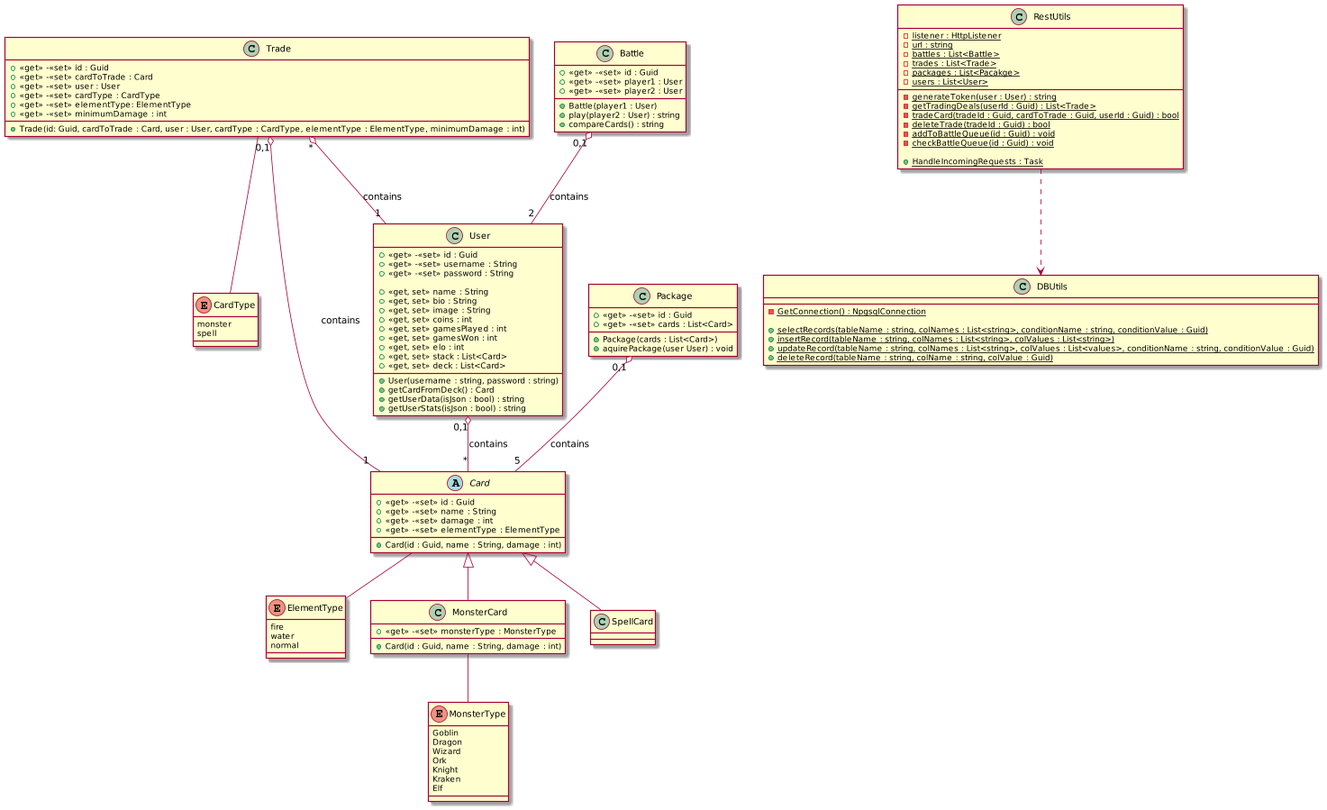
This is documentation/class_diagram.png from BernhardJakobMatthiasWeidinger/MonsterTradingCardsGame, a PlantUML export, as it was before one commit. The source it was exported from:
```plantuml
@startuml
scale 1800*900
enum CardType {
    monster
    spell
}

enum ElementType {
    fire
    water
    normal
}

enum MonsterType {
    Goblin
    Dragon
    Wizard
    Ork
    Knight
    Kraken
    Elf
}

abstract class Card {
    +<<get>> -<<set>> id : Guid
    +<<get>> -<<set>> name : String
    +<<get>> -<<set>> damage : int
    +<<get>> -<<set>> elementType : ElementType

    +{method} Card(id : Guid, name : String, damage : int)
}

class MonsterCard{
    +<<get>> -<<set>> monsterType : MonsterType

    +{method} Card(id : Guid, name : String, damage : int)
}

class SpellCard {}

class Package {
    +<<get>> -<<set>> id : Guid
    +<<get>> -<<set>> cards : List<Card>

    +{method} Package(cards : List<Card>)
    +{method} aquirePackage(user User) : void
}

class User {
    +<<get>> -<<set>> id : Guid
    +<<get>> -<<set>> username : String
    +<<get>> -<<set>> password : String

    +{field} <<get, set>> name : String
    +{field} <<get, set>> bio : String
    +{field} <<get, set>> image : String
    +{field} <<get, set>> coins : int
    +{field} <<get, set>> gamesPlayed : int
    +{field} <<get, set>> gamesWon : int
    +{field} <<get, set>> elo : int
    +{field} <<get, set>> stack : List<Card>
    +{field} <<get, set>> deck : List<Card>

    +{method} User(username : string, password : string)
    +{method} getCardFromDeck() : Card
    +{method} getUserData(isJson : bool) : string
    +{method} getUserStats(isJson : bool) : string

}

class Trade {
    +<<get>> -<<set>> id : Guid
    +<<get>> -<<set>> cardToTrade : Card
    +<<get>> -<<set>> user : User
    +<<get>> -<<set>> cardType : CardType
    +<<get>> -<<set>> elementType: ElementType
    +<<get>> -<<set>> minimumDamage : int

    +{method} Trade(id: Guid, cardToTrade : Card, user : User, cardType : CardType, elementType : ElementType, minimumDamage : int)
}

class Battle {
    +<<get>> -<<set>> id : Guid
    +<<get>> -<<set>> player1 : User
    +<<get>> -<<set>> player2 : User

    +{method} Battle(player1 : User)
    +{method} play(player2 : User) : string
    +{method} compareCards() : string
}

class DBUtils {
    -{method} {static} GetConnection() : NpgsqlConnection

    +{method} {static} selectRecords(tableName : string, colNames : List<string>, conditionName : string, conditionValue : Guid)
    +{method} {static} insertRecord(tableName : string, colNames : List<string>, colValues : List<string>)
    +{method} {static} updateRecord(tableName : string, colNames : List<string>, colValues : List<values>, conditionName : string, conditionValue : Guid)
    +{method} {static} deleteRecord(tableName : string, colName : string, colValue : Guid)
}

class RestUtils {
    -{field} {static} listener : HttpListener
    -{field} {static} url : string
    -{field} {static} battles : List<Battle>
    -{field} {static} trades : List<Trade>
    -{field} {static} packages : List<Pacakge>
    -{field} {static} users : List<User>

    -{method} {static} generateToken(user : User) : string
    -{method} {static} getTradingDeals(userId : Guid) : List<Trade>
    -{method} {static} tradeCard(tradeId : Guid, cardToTrade : Guid, userId : Guid) : bool
    -{method} {static} deleteTrade(tradeId : Guid) : bool
    -{method} {static} addToBattleQueue(id : Guid) : void
    -{method} {static} checkBattleQueue(id : Guid) : void

    +{method} {static} HandleIncomingRequests : Task
}

Card<|--MonsterCard
Card<|--SpellCard

Card -- ElementType
MonsterCard -- MonsterType
Trade -- CardType

Package "0,1" o-- "5" Card: contains
User "0,1" o-- "*" Card: contains

Trade "0,1" o-- "1" Card: contains
Trade "*" o-- "1" User: contains

Battle "0,1" o-- "2" User: contains

RestUtils ..> DBUtils
@enduml
```
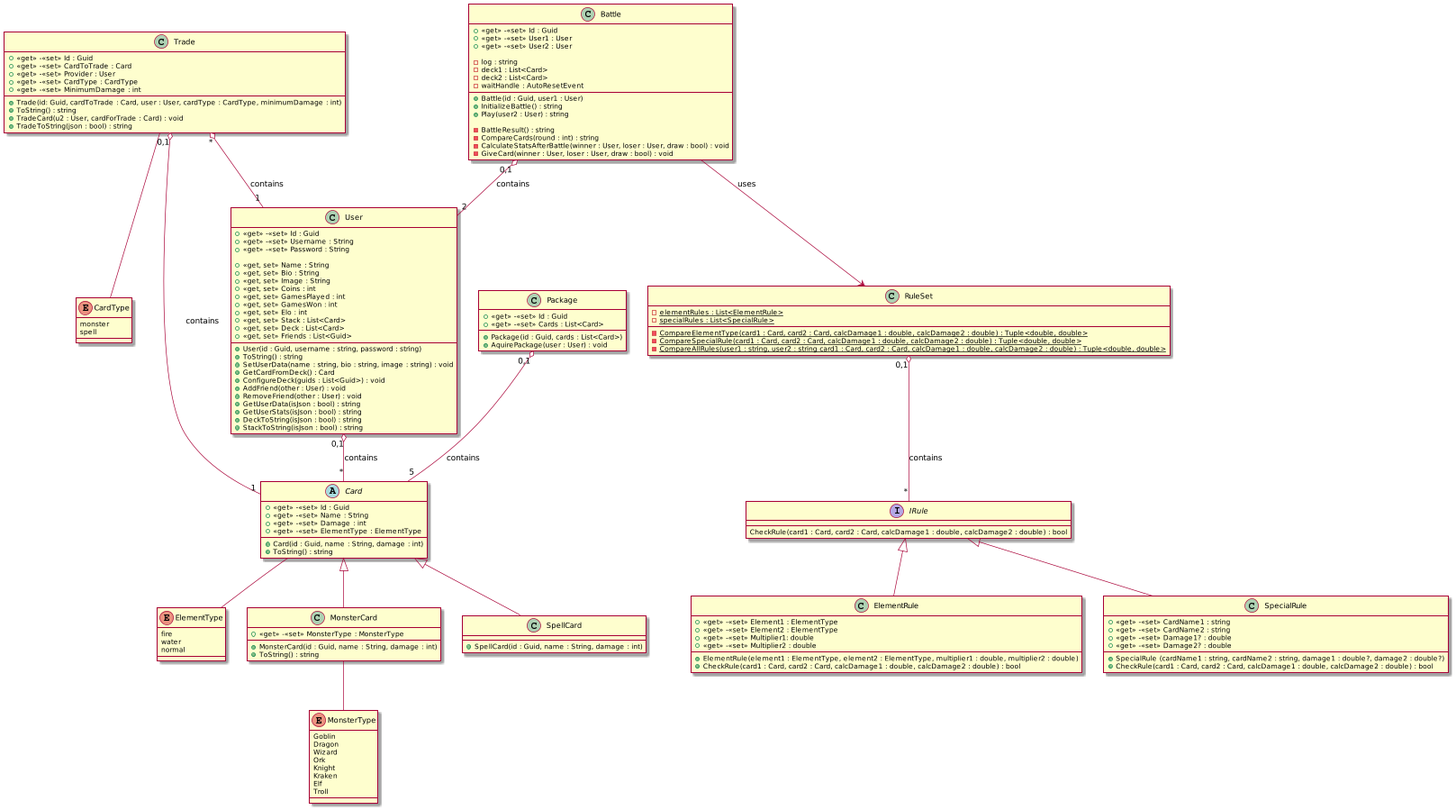
The same file after the commit.

Commit message:
Refactor class_diagram

Diff of the diagram source:
```diff
@@ -19,105 +19,141 @@
     Knight
     Kraken
     Elf
+    Troll
 }
 
 abstract class Card {
-    +<<get>> -<<set>> id : Guid
-    +<<get>> -<<set>> name : String
-    +<<get>> -<<set>> damage : int
-    +<<get>> -<<set>> elementType : ElementType
+    +<<get>> -<<set>> Id : Guid
+    +<<get>> -<<set>> Name : String
+    +<<get>> -<<set>> Damage : int
+    +<<get>> -<<set>> ElementType : ElementType
 
     +{method} Card(id : Guid, name : String, damage : int)
+    +{method} ToString() : string
 }
 
 class MonsterCard{
-    +<<get>> -<<set>> monsterType : MonsterType
+    +<<get>> -<<set>> MonsterType : MonsterType
 
-    +{method} Card(id : Guid, name : String, damage : int)
+    +{method} MonsterCard(id : Guid, name : String, damage : int)
+    +{method} ToString() : string
 }
 
-class SpellCard {}
+class SpellCard {
+    +{method} SpellCard(id : Guid, name : String, damage : int)
+}
+
+interface IRule {
+    CheckRule(card1 : Card, card2 : Card, calcDamage1 : double, calcDamage2 : double) : bool
+}
+
+class ElementRule {
+    +<<get>> -<<set>> Element1 : ElementType
+    +<<get>> -<<set>> Element2 : ElementType
+    +<<get>> -<<set>> Multiplier1: double
+    +<<get>> -<<set>> Multiplier2 : double
+
+    +{method} ElementRule(element1 : ElementType, element2 : ElementType, multiplier1 : double, multiplier2 : double)
+    +{method} CheckRule(card1 : Card, card2 : Card, calcDamage1 : double, calcDamage2 : double) : bool
+}
+
+class SpecialRule {
+    +<<get>> -<<set>> CardName1 : string
+    +<<get>> -<<set>> CardName2 : string
+    +<<get>> -<<set>> Damage1? : double
+    +<<get>> -<<set>> Damage2? : double
+
+    +{method} SpecialRule (cardName1 : string, cardName2 : string, damage1 : double?, damage2 : double?)
+    +{method} CheckRule(card1 : Card, card2 : Card, calcDamage1 : double, calcDamage2 : double) : bool
+}
+
+class RuleSet {
+    -{static} elementRules : List<ElementRule>
+    -{static} specialRules : List<SpecialRule>
+
+    -{method} {static} CompareElementType(card1 : Card, card2 : Card, calcDamage1 : double, calcDamage2 : double) : Tuple<double, double>
+    -{method} {static} CompareSpecialRule(card1 : Card, card2 : Card, calcDamage1 : double, calcDamage2 : double) : Tuple<double, double>
+    -{method} {static} CompareAllRules(user1 : string, user2 : string card1 : Card, card2 : Card, calcDamage1 : double, calcDamage2 : double) : Tuple<double, double>
+}
 
 class Package {
-    +<<get>> -<<set>> id : Guid
-    +<<get>> -<<set>> cards : List<Card>
+    +<<get>> -<<set>> Id : Guid
+    +<<get>> -<<set>> Cards : List<Card>
 
-    +{method} Package(cards : List<Card>)
-    +{method} aquirePackage(user User) : void
+    +{method} Package(id : Guid, cards : List<Card>)
+    +{method} AquirePackage(user : User) : void
 }
 
 class User {
-    +<<get>> -<<set>> id : Guid
-    +<<get>> -<<set>> username : String
-    +<<get>> -<<set>> password : String
+    +<<get>> -<<set>> Id : Guid
+    +<<get>> -<<set>> Username : String
+    +<<get>> -<<set>> Password : String
 
-    +{field} <<get, set>> name : String
-    +{field} <<get, set>> bio : String
-    +{field} <<get, set>> image : String
-    +{field} <<get, set>> coins : int
-    +{field} <<get, set>> gamesPlayed : int
-    +{field} <<get, set>> gamesWon : int
-    +{field} <<get, set>> elo : int
-    +{field} <<get, set>> stack : List<Card>
-    +{field} <<get, set>> deck : List<Card>
+    +{field} <<get, set>> Name : String
+    +{field} <<get, set>> Bio : String
+    +{field} <<get, set>> Image : String
+    +{field} <<get, set>> Coins : int
+    +{field} <<get, set>> GamesPlayed : int
+    +{field} <<get, set>> GamesWon : int
+    +{field} <<get, set>> Elo : int
+    +{field} <<get, set>> Stack : List<Card>
+    +{field} <<get, set>> Deck : List<Card>
+    +{field} <<get, set>> Friends : List<Guid>
 
-    +{method} User(username : string, password : string)
-    +{method} getCardFromDeck() : Card
-    +{method} getUserData(isJson : bool) : string
-    +{method} getUserStats(isJson : bool) : string
+    +{method} User(id : Guid, username : string, password : string)
+    +{method} ToString() : string
+    +{method} SetUserData(name : string, bio : string, image : string) : void
+    +{method} GetCardFromDeck() : Card
+    +{method} ConfigureDeck(guids : List<Guid>) : void
+    +{method} AddFriend(other : User) : void
+    +{method} RemoveFriend(other : User) : void
+    +{method} GetUserData(isJson : bool) : string
+    +{method} GetUserStats(isJson : bool) : string
+    +{method} DeckToString(isJson : bool) : string
+    +{method} StackToString(isJson : bool) : string
 
 }
 
 class Trade {
-    +<<get>> -<<set>> id : Guid
-    +<<get>> -<<set>> cardToTrade : Card
-    +<<get>> -<<set>> user : User
-    +<<get>> -<<set>> cardType : CardType
-    +<<get>> -<<set>> elementType: ElementType
-    +<<get>> -<<set>> minimumDamage : int
+    +<<get>> -<<set>> Id : Guid
+    +<<get>> -<<set>> CardToTrade : Card
+    +<<get>> -<<set>> Provider : User
+    +<<get>> -<<set>> CardType : CardType
+    +<<get>> -<<set>> MinimumDamage : int
 
-    +{method} Trade(id: Guid, cardToTrade : Card, user : User, cardType : CardType, elementType : ElementType, minimumDamage : int)
+    +{method} Trade(id: Guid, cardToTrade : Card, user : User, cardType : CardType, minimumDamage : int)
+    +{method} ToString() : string
+    +{method} TradeCard(u2 : User, cardForTrade : Card) : void
+    +{method} TradeToString(json : bool) : string
 }
 
 class Battle {
-    +<<get>> -<<set>> id : Guid
-    +<<get>> -<<set>> player1 : User
-    +<<get>> -<<set>> player2 : User
+    +<<get>> -<<set>> Id : Guid
+    +<<get>> -<<set>> User1 : User
+    +<<get>> -<<set>> User2 : User
 
-    +{method} Battle(player1 : User)
-    +{method} play(player2 : User) : string
-    +{method} compareCards() : string
-}
+    -log : string
+    -deck1 : List<Card>
+    -deck2 : List<Card>
+    -waitHandle : AutoResetEvent
 
-class DBUtils {
-    -{method} {static} GetConnection() : NpgsqlConnection
+    +{method} Battle(id : Guid, user1 : User)
+    +{method} InitializeBattle() : string
+    +{method} Play(user2 : User) : string
 
-    +{method} {static} selectRecords(tableName : string, colNames : List<string>, conditionName : string, conditionValue : Guid)
-    +{method} {static} insertRecord(tableName : string, colNames : List<string>, colValues : List<string>)
-    +{method} {static} updateRecord(tableName : string, colNames : List<string>, colValues : List<values>, conditionName : string, conditionValue : Guid)
-    +{method} {static} deleteRecord(tableName : string, colName : string, colValue : Guid)
-}
-
-class RestUtils {
-    -{field} {static} listener : HttpListener
-    -{field} {static} url : string
-    -{field} {static} battles : List<Battle>
-    -{field} {static} trades : List<Trade>
-    -{field} {static} packages : List<Pacakge>
-    -{field} {static} users : List<User>
-
-    -{method} {static} generateToken(user : User) : string
-    -{method} {static} getTradingDeals(userId : Guid) : List<Trade>
-    -{method} {static} tradeCard(tradeId : Guid, cardToTrade : Guid, userId : Guid) : bool
-    -{method} {static} deleteTrade(tradeId : Guid) : bool
-    -{method} {static} addToBattleQueue(id : Guid) : void
-    -{method} {static} checkBattleQueue(id : Guid) : void
-
-    +{method} {static} HandleIncomingRequests : Task
+    -{method} BattleResult() : string
+    -{method} CompareCards(round : int) : string
+    -{method} CalculateStatsAfterBattle(winner : User, loser : User, draw : bool) : void
+    -{method} GiveCard(winner : User, loser : User, draw : bool) : void
 }
 
 Card<|--MonsterCard
 Card<|--SpellCard
+
+IRule<|--ElementRule
+IRule<|--SpecialRule
+RuleSet "0,1" o-- "*" IRule: contains
+Battle --> RuleSet: uses
 
 Card -- ElementType
 MonsterCard -- MonsterType
@@ -130,6 +166,4 @@
 Trade "*" o-- "1" User: contains
 
 Battle "0,1" o-- "2" User: contains
-
-RestUtils ..> DBUtils
 @enduml
```
